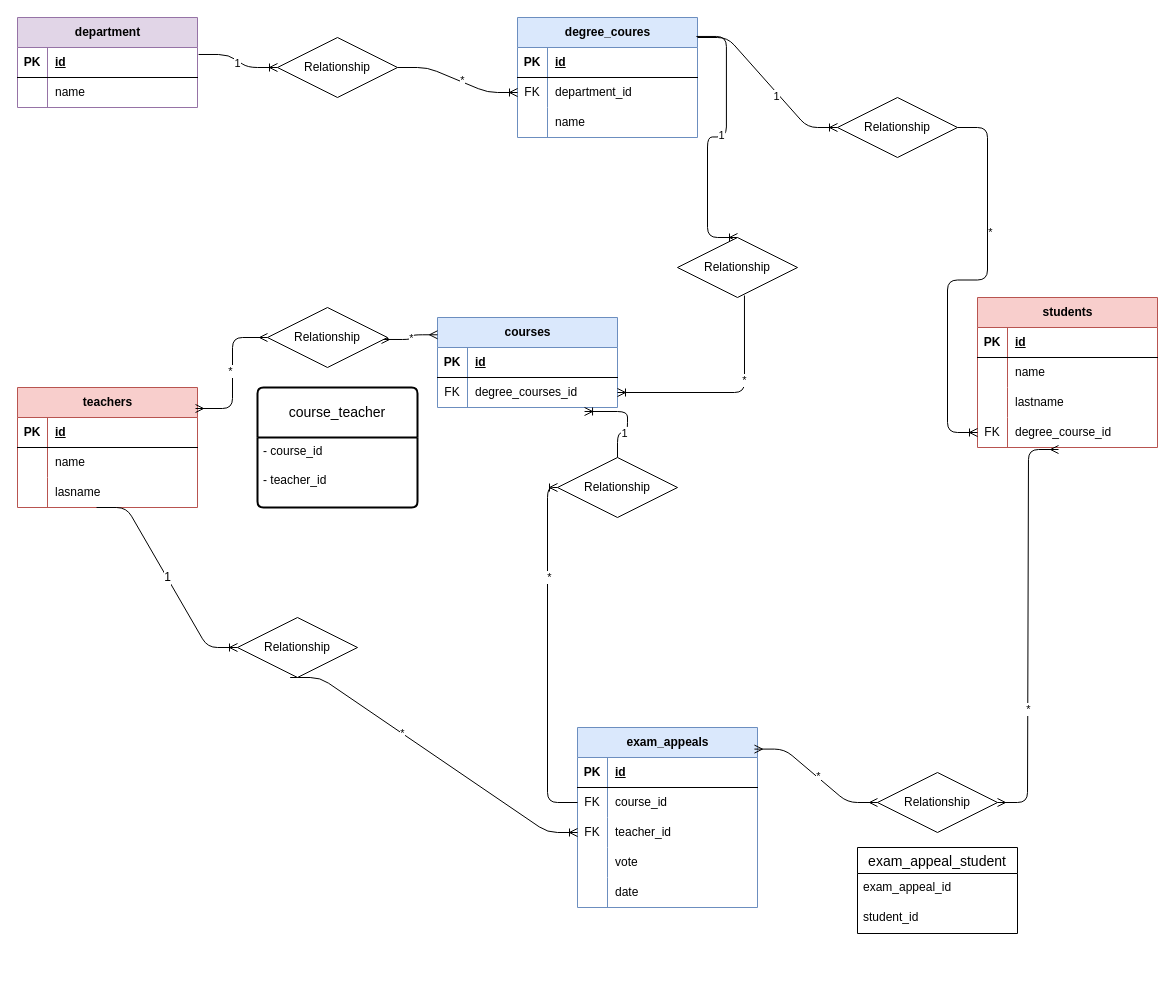
Above: univeristy.drawio in mattiacoli/db-university (draw.io), before the change. Source tidied: cells renumbered, new cells numbered last; positions are measured from the earlier drawing's top-left corner, leaving out a move shared by most shapes. Both pictures are drawn from the tidied source at 100%, with x=0, y=0 at pixel (17, -453).
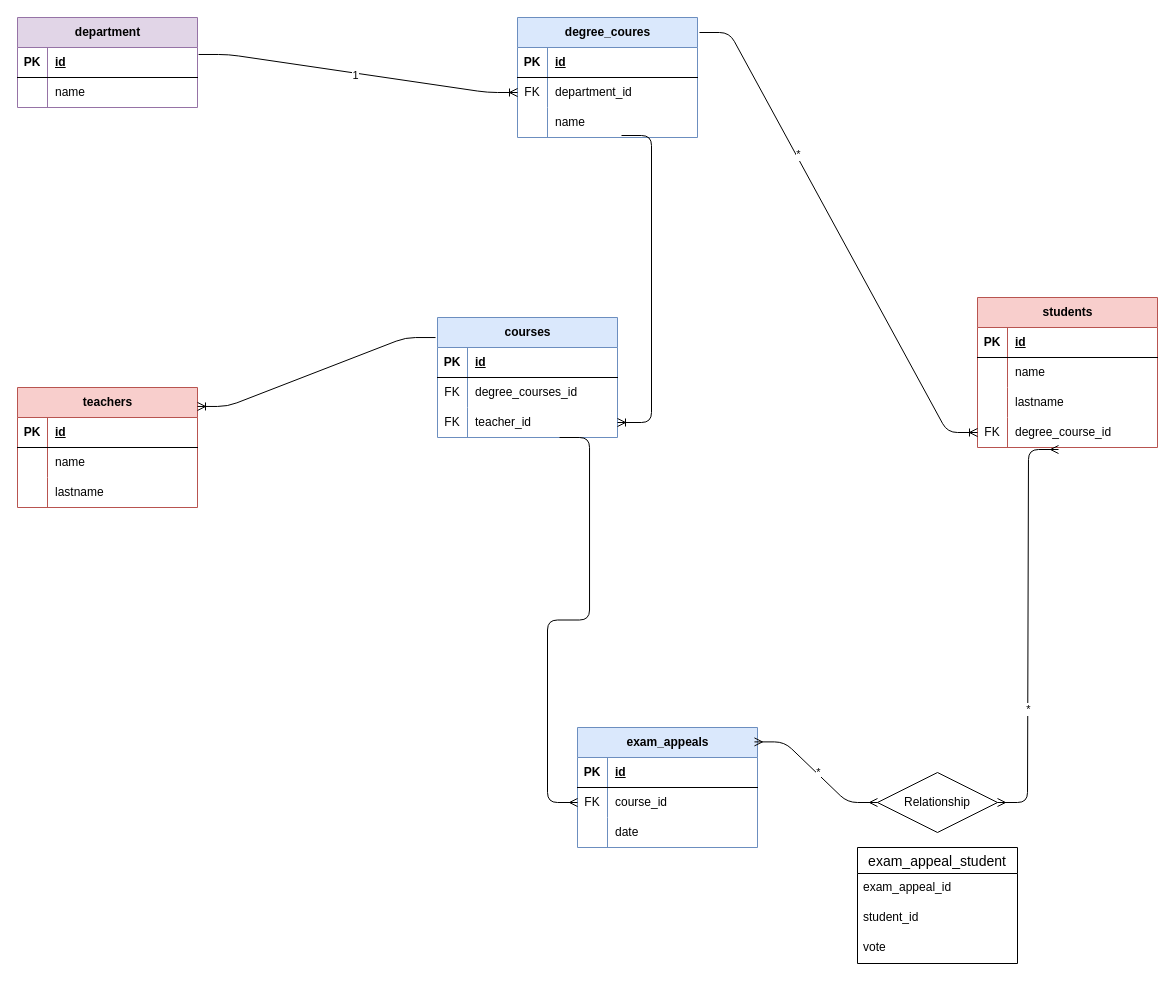
After the change.

Commit message (it also covers changes not shown here):
Fix database schema in university.md: remove vote column from exams and add it to exam appeals; update university.png

Unchanged cells that the change refers to:
```xml
<mxCell id="3" style="shape=tableRow;horizontal=0;startSize=0;swimlaneHead=0;swimlaneBody=0;fillColor=none;points=[[0,0.5],[1,0.5]];portConstraint=eastwest;top=0;left=0;right=0;bottom=1;" parent="2" vertex="1">
  <mxGeometry y="30" width="180" height="30" as="geometry" />
</mxCell>
<mxCell id="9" value="degree_coures" style="shape=table;startSize=30;childLayout=tableLayout;rowLines=0;fontStyle=1;align=center;html=1;fillColor=#dae8fc;strokeColor=#6c8ebf;" parent="1" vertex="1">
  <mxGeometry x="500" y="470" width="180" height="120" as="geometry" />
</mxCell>
<mxCell id="13" style="shape=tableRow;horizontal=0;startSize=0;swimlaneHead=0;swimlaneBody=0;fillColor=none;points=[[0,0.5],[1,0.5]];portConstraint=eastwest;top=0;left=0;right=0;bottom=0;" parent="9" vertex="1">
  <mxGeometry y="60" width="180" height="30" as="geometry" />
</mxCell>
<mxCell id="36" value="teachers" style="shape=table;startSize=30;childLayout=tableLayout;rowLines=0;fontStyle=1;align=center;html=1;fillColor=#f8cecc;strokeColor=#b85450;" parent="1" vertex="1">
  <mxGeometry y="840" width="180" height="120" as="geometry" />
</mxCell>
<mxCell id="43" style="shape=tableRow;horizontal=0;startSize=0;swimlaneHead=0;swimlaneBody=0;fillColor=none;points=[[0,0.5],[1,0.5]];portConstraint=eastwest;top=0;left=0;right=0;bottom=0;" parent="36" vertex="1">
  <mxGeometry y="90" width="180" height="30" as="geometry" />
</mxCell>
<mxCell id="57" style="shape=tableRow;horizontal=0;startSize=0;swimlaneHead=0;swimlaneBody=0;fillColor=none;points=[[0,0.5],[1,0.5]];portConstraint=eastwest;top=0;left=0;right=0;bottom=0;" parent="53" vertex="1">
  <mxGeometry y="60" width="180" height="30" as="geometry" />
</mxCell>
<mxCell id="84" style="shape=tableRow;horizontal=0;startSize=0;swimlaneHead=0;swimlaneBody=0;fillColor=none;points=[[0,0.5],[1,0.5]];portConstraint=eastwest;top=0;left=0;right=0;bottom=0;" parent="74" vertex="1">
  <mxGeometry y="120" width="180" height="30" as="geometry" />
</mxCell>
```

What changed in the source:
```diff
@@
-    <mxCell id="19" style="edgeStyle=entityRelationEdgeStyle;fontSize=12;html=1;endArrow=ERoneToMany;exitX=1;exitY=0.5;exitDx=0;exitDy=0;entryX=0;entryY=0.5;entryDx=0;entryDy=0;" parent="1" edge="1" source="23" target="13">
-      <mxGeometry relative="1" as="geometry" />
-    </mxCell>
-    <mxCell id="20" value="*" style="edgeLabel;html=1;align=center;verticalAlign=middle;" parent="19" vertex="1">
-      <mxGeometry x="0.06" y="2" relative="1" as="geometry" />
-    </mxCell>
-    <mxCell id="21" style="edgeStyle=entityRelationEdgeStyle;fontSize=12;html=1;endArrow=ERoneToMany;exitX=1.006;exitY=0.233;exitDx=0;exitDy=0;exitPerimeter=0;entryX=0;entryY=0.5;entryDx=0;entryDy=0;" parent="1" edge="1" source="3" target="23">
+    <mxCell id="21" style="edgeStyle=entityRelationEdgeStyle;fontSize=12;html=1;endArrow=ERoneToMany;exitX=1.006;exitY=0.233;exitDx=0;exitDy=0;exitPerimeter=0;entryX=0;entryY=0.5;entryDx=0;entryDy=0;" parent="1" edge="1" source="3" target="13">
       <mxGeometry relative="1" as="geometry">
         <Array as="points">
           <mxPoint x="90" />
         </Array>
       </mxGeometry>
     </mxCell>
@@
-    <mxCell id="23" value="Relationship" style="shape=rhombus;perimeter=rhombusPerimeter;whiteSpace=wrap;html=1;align=center;" parent="1" vertex="1">
-      <mxGeometry x="260" y="490" width="120" height="60" as="geometry" />
-    </mxCell>
     <mxCell id="24" value="courses" style="shape=table;startSize=30;childLayout=tableLayout;rowLines=0;fontStyle=1;align=center;html=1;fillColor=#dae8fc;strokeColor=#6c8ebf;" parent="1" vertex="1">
-      <mxGeometry x="420" y="770" width="180" height="90" as="geometry" />
+      <mxGeometry x="420" y="770" width="180" height="120" as="geometry" />
     </mxCell>
@@
+    <mxCell id="104" style="shape=tableRow;horizontal=0;startSize=0;swimlaneHead=0;swimlaneBody=0;fillColor=none;top=0;left=0;right=0;bottom=0;" parent="24" vertex="1">
+      <mxGeometry y="60" width="180" height="30" as="geometry" />
+    </mxCell>
+    <mxCell id="61" value="FK" style="shape=partialRectangle;fillColor=none;top=0;left=0;bottom=0;right=0;overflow=hidden;whiteSpace=wrap;html=1;" parent="104" vertex="1">
+      <mxGeometry width="30" height="30" as="geometry" />
+    </mxCell>
+    <mxCell id="105" value="degree_courses_id" style="shape=partialRectangle;fillColor=none;top=0;left=0;bottom=0;right=0;align=left;spacingLeft=6;overflow=hidden;whiteSpace=wrap;html=1;" parent="104" vertex="1">
+      <mxGeometry x="30" width="150" height="30" as="geometry" />
+    </mxCell>
     <mxCell id="28" style="shape=tableRow;horizontal=0;startSize=0;swimlaneHead=0;swimlaneBody=0;fillColor=none;points=[[0,0.5],[1,0.5]];portConstraint=eastwest;top=0;left=0;right=0;bottom=0;" parent="24" vertex="1">
-      <mxGeometry y="60" width="180" height="30" as="geometry" />
+      <mxGeometry y="90" width="180" height="30" as="geometry" />
     </mxCell>
@@
-    <mxCell id="30" value="degree_courses_id" style="shape=partialRectangle;fillColor=none;top=0;left=0;bottom=0;right=0;align=left;spacingLeft=6;overflow=hidden;whiteSpace=wrap;html=1;" parent="28" vertex="1">
+    <mxCell id="30" value="teacher_id" style="shape=partialRectangle;fillColor=none;top=0;left=0;bottom=0;right=0;align=left;spacingLeft=6;overflow=hidden;whiteSpace=wrap;html=1;" parent="28" vertex="1">
       <mxGeometry x="30" width="150" height="30" as="geometry" />
     </mxCell>
-    <mxCell id="31" style="edgeStyle=orthogonalEdgeStyle;fontSize=12;html=1;endArrow=ERoneToMany;entryX=1;entryY=0.5;entryDx=0;entryDy=0;exitX=0.558;exitY=0.967;exitDx=0;exitDy=0;exitPerimeter=0;" parent="1" edge="1" source="35" target="28">
-      <mxGeometry relative="1" as="geometry" />
-    </mxCell>
-    <mxCell id="32" value="*" style="edgeLabel;html=1;align=center;verticalAlign=middle;" parent="31" vertex="1">
-      <mxGeometry x="-0.25" relative="1" as="geometry" />
-    </mxCell>
-    <mxCell id="33" style="edgeStyle=entityRelationEdgeStyle;fontSize=12;html=1;endArrow=ERoneToMany;entryX=0.5;entryY=0;entryDx=0;entryDy=0;exitX=0.994;exitY=0.158;exitDx=0;exitDy=0;exitPerimeter=0;" parent="1" edge="1" source="9" target="35">
-      <mxGeometry relative="1" as="geometry" />
+    <mxCell id="33" style="edgeStyle=entityRelationEdgeStyle;fontSize=12;html=1;endArrow=ERoneToMany;entryX=1;entryY=0.5;entryDx=0;entryDy=0;" parent="1" edge="1" target="28">
+      <mxGeometry relative="1" as="geometry">
+        <mxPoint x="604" y="588" as="sourcePoint" />
+      </mxGeometry>
     </mxCell>
-    <mxCell id="34" value="1" style="edgeLabel;html=1;align=center;verticalAlign=middle;" parent="33" vertex="1">
-      <mxGeometry x="-0.03" y="-2" relative="1" as="geometry" />
-    </mxCell>
-    <mxCell id="35" value="Relationship" style="shape=rhombus;perimeter=rhombusPerimeter;whiteSpace=wrap;html=1;align=center;" parent="1" vertex="1">
-      <mxGeometry x="660" y="690" width="120" height="60" as="geometry" />
-    </mxCell>
@@
-    <mxCell id="45" value="lasname" style="shape=partialRectangle;fillColor=none;top=0;left=0;bottom=0;right=0;align=left;spacingLeft=6;overflow=hidden;whiteSpace=wrap;html=1;" parent="43" vertex="1">
+    <mxCell id="45" value="lastname" style="shape=partialRectangle;fillColor=none;top=0;left=0;bottom=0;right=0;align=left;spacingLeft=6;overflow=hidden;whiteSpace=wrap;html=1;" parent="43" vertex="1">
       <mxGeometry x="30" width="150" height="30" as="geometry" />
     </mxCell>
-    <mxCell id="46" style="fontSize=12;html=1;endArrow=ERmany;startArrow=ERmany;entryX=0;entryY=0.192;entryDx=0;entryDy=0;entryPerimeter=0;exitX=0.95;exitY=0.533;exitDx=0;exitDy=0;exitPerimeter=0;edgeStyle=orthogonalEdgeStyle;" parent="1" edge="1" source="50" target="24">
-      <mxGeometry relative="1" as="geometry" />
-    </mxCell>
-    <mxCell id="47" value="*" style="edgeLabel;html=1;align=center;verticalAlign=middle;" parent="46" vertex="1">
-      <mxGeometry x="0.08" y="2" relative="1" as="geometry" />
-    </mxCell>
-    <mxCell id="48" style="fontSize=12;html=1;endArrow=ERmany;startArrow=ERmany;entryX=0;entryY=0.5;entryDx=0;entryDy=0;exitX=0.989;exitY=0.175;exitDx=0;exitDy=0;exitPerimeter=0;edgeStyle=orthogonalEdgeStyle;" parent="1" edge="1" source="36" target="50">
-      <mxGeometry relative="1" as="geometry" />
-    </mxCell>
-    <mxCell id="49" value="*" style="edgeLabel;html=1;align=center;verticalAlign=middle;" parent="48" vertex="1">
-      <mxGeometry x="0.03" y="3" relative="1" as="geometry" />
-    </mxCell>
-    <mxCell id="50" value="Relationship" style="shape=rhombus;perimeter=rhombusPerimeter;whiteSpace=wrap;html=1;align=center;" parent="1" vertex="1">
-      <mxGeometry x="250" y="760" width="120" height="60" as="geometry" />
-    </mxCell>
-    <mxCell id="51" value="course_teacher" style="swimlane;horizontal=1;startSize=50;rounded=1;fontSize=14;fontStyle=0;strokeWidth=2;shadow=0;dashed=0;align=center;arcSize=4;whiteSpace=wrap;html=1;" parent="1" vertex="1">
-      <mxGeometry x="240" y="840" width="160" height="120" as="geometry" />
-    </mxCell>
-    <mxCell id="52" value="- course_id&lt;div&gt;&lt;br&gt;&lt;/div&gt;&lt;div&gt;- teacher_id&lt;/div&gt;" style="align=left;strokeColor=none;fillColor=none;spacingLeft=4;fontSize=12;verticalAlign=top;html=1;" parent="51" vertex="1">
-      <mxGeometry y="50" width="160" height="70" as="geometry" />
-    </mxCell>
     <mxCell id="53" value="exam_appeals" style="shape=table;startSize=30;childLayout=tableLayout;rowLines=0;fontStyle=1;align=center;html=1;fillColor=#dae8fc;strokeColor=#6c8ebf;" parent="1" vertex="1">
-      <mxGeometry x="560" y="1180" width="180" height="180" as="geometry" />
+      <mxGeometry x="560" y="1180" width="180" height="120" as="geometry" />
     </mxCell>
@@
-    <mxCell id="60" style="shape=tableRow;horizontal=0;startSize=0;swimlaneHead=0;swimlaneBody=0;fillColor=none;points=[[0,0.5],[1,0.5]];portConstraint=eastwest;top=0;left=0;right=0;bottom=0;" parent="53" vertex="1">
-      <mxGeometry y="90" width="180" height="30" as="geometry" />
-    </mxCell>
-    <mxCell id="61" value="FK" style="shape=partialRectangle;fillColor=none;top=0;left=0;bottom=0;right=0;overflow=hidden;whiteSpace=wrap;html=1;" parent="60" vertex="1">
-      <mxGeometry width="30" height="30" as="geometry" />
-    </mxCell>
-    <mxCell id="62" value="teacher_id" style="shape=partialRectangle;fillColor=none;top=0;left=0;bottom=0;right=0;align=left;spacingLeft=6;overflow=hidden;whiteSpace=wrap;html=1;" parent="60" vertex="1">
-      <mxGeometry x="30" width="150" height="30" as="geometry" />
-    </mxCell>
-    <mxCell id="63" style="shape=tableRow;horizontal=0;startSize=0;swimlaneHead=0;swimlaneBody=0;fillColor=none;top=0;left=0;right=0;bottom=0;" parent="53" vertex="1">
-      <mxGeometry y="120" width="180" height="30" as="geometry" />
-    </mxCell>
-    <mxCell id="64" style="shape=partialRectangle;fillColor=none;top=0;left=0;bottom=0;right=0;overflow=hidden;whiteSpace=wrap;html=1;" parent="63" vertex="1">
-      <mxGeometry width="30" height="30" as="geometry" />
-    </mxCell>
-    <mxCell id="65" value="vote" style="shape=partialRectangle;fillColor=none;top=0;left=0;bottom=0;right=0;align=left;spacingLeft=6;overflow=hidden;whiteSpace=wrap;html=1;" parent="63" vertex="1">
-      <mxGeometry x="30" width="150" height="30" as="geometry" />
-    </mxCell>
     <mxCell id="66" style="shape=tableRow;horizontal=0;startSize=0;swimlaneHead=0;swimlaneBody=0;fillColor=none;top=0;left=0;right=0;bottom=0;" parent="53" vertex="1">
-      <mxGeometry y="150" width="180" height="30" as="geometry" />
+      <mxGeometry y="90" width="180" height="30" as="geometry" />
     </mxCell>
@@
-    <mxCell id="69" style="edgeStyle=orthogonalEdgeStyle;fontSize=12;html=1;endArrow=ERoneToMany;entryX=0.817;entryY=1.133;entryDx=0;entryDy=0;entryPerimeter=0;exitX=0.5;exitY=0;exitDx=0;exitDy=0;" parent="1" edge="1" source="73" target="28">
-      <mxGeometry relative="1" as="geometry" />
-    </mxCell>
-    <mxCell id="70" value="1" style="edgeLabel;html=1;align=center;verticalAlign=middle;" parent="69" vertex="1">
-      <mxGeometry x="-0.37" relative="1" as="geometry" />
-    </mxCell>
-    <mxCell id="71" style="edgeStyle=orthogonalEdgeStyle;fontSize=12;html=1;endArrow=ERoneToMany;entryX=0;entryY=0.5;entryDx=0;entryDy=0;exitX=0;exitY=0.5;exitDx=0;exitDy=0;" parent="1" edge="1" source="57" target="73">
-      <mxGeometry relative="1" as="geometry" />
-    </mxCell>
-    <mxCell id="72" value="*" style="edgeLabel;html=1;align=center;verticalAlign=middle;" parent="71" vertex="1">
-      <mxGeometry x="0.44" y="-1" relative="1" as="geometry" />
-    </mxCell>
-    <mxCell id="73" value="Relationship" style="shape=rhombus;perimeter=rhombusPerimeter;whiteSpace=wrap;html=1;align=center;" parent="1" vertex="1">
-      <mxGeometry x="540" y="910" width="120" height="60" as="geometry" />
-    </mxCell>
@@
-    <mxCell id="87" style="edgeStyle=entityRelationEdgeStyle;fontSize=12;html=1;endArrow=ERoneToMany;entryX=0;entryY=0.5;entryDx=0;entryDy=0;" parent="1" edge="1" source="91" target="84">
+    <mxCell id="87" style="edgeStyle=entityRelationEdgeStyle;fontSize=12;html=1;endArrow=ERoneToMany;entryX=0;entryY=0.5;entryDx=0;entryDy=0;exitX=1.011;exitY=0.125;exitDx=0;exitDy=0;exitPerimeter=0;" parent="1" edge="1" source="9" target="84">
       <mxGeometry relative="1" as="geometry" />
     </mxCell>
@@
-    <mxCell id="89" style="edgeStyle=entityRelationEdgeStyle;fontSize=12;html=1;endArrow=ERoneToMany;entryX=0;entryY=0.5;entryDx=0;entryDy=0;" parent="1" edge="1" target="91">
-      <mxGeometry relative="1" as="geometry">
-        <mxPoint x="680" y="490" as="sourcePoint" />
-      </mxGeometry>
-    </mxCell>
-    <mxCell id="90" value="1" style="edgeLabel;html=1;align=center;verticalAlign=middle;" parent="89" vertex="1">
-      <mxGeometry x="0.17" y="-2" relative="1" as="geometry" />
-    </mxCell>
-    <mxCell id="91" value="Relationship" style="shape=rhombus;perimeter=rhombusPerimeter;whiteSpace=wrap;html=1;align=center;" parent="1" vertex="1">
-      <mxGeometry x="820" y="550" width="120" height="60" as="geometry" />
-    </mxCell>
-    <mxCell id="92" style="edgeStyle=entityRelationEdgeStyle;fontSize=12;html=1;endArrow=ERoneToMany;exitX=0.439;exitY=1;exitDx=0;exitDy=0;exitPerimeter=0;entryX=0;entryY=0.5;entryDx=0;entryDy=0;" parent="1" edge="1" source="95" target="60">
-      <mxGeometry relative="1" as="geometry">
-        <Array as="points">
-          <mxPoint x="80" y="1050" />
-          <mxPoint x="40" y="1150" />
-        </Array>
-      </mxGeometry>
-    </mxCell>
-    <mxCell id="93" value="*" style="edgeLabel;html=1;align=center;verticalAlign=middle;" parent="92" vertex="1">
-      <mxGeometry x="-0.23" relative="1" as="geometry" />
-    </mxCell>
-    <mxCell id="94" value="1" style="edgeStyle=entityRelationEdgeStyle;fontSize=12;html=1;endArrow=ERoneToMany;exitX=0.439;exitY=1;exitDx=0;exitDy=0;exitPerimeter=0;entryX=0;entryY=0.5;entryDx=0;entryDy=0;" parent="1" edge="1" source="43" target="95">
-      <mxGeometry relative="1" as="geometry">
-        <Array as="points">
-          <mxPoint x="100" y="870" />
-        </Array>
-      </mxGeometry>
-    </mxCell>
-    <mxCell id="95" value="Relationship" style="shape=rhombus;perimeter=rhombusPerimeter;whiteSpace=wrap;html=1;align=center;" parent="1" vertex="1">
-      <mxGeometry x="220" y="1070" width="120" height="60" as="geometry" />
-    </mxCell>
@@
     <mxCell id="101" value="exam_appeal_student" style="swimlane;fontStyle=0;horizontal=1;startSize=26;align=center;fontSize=14;" parent="1" vertex="1">
-      <mxGeometry x="840" y="1300" width="160" height="86" as="geometry" />
+      <mxGeometry x="840" y="1300" width="160" height="116" as="geometry" />
     </mxCell>
@@
+    <mxCell id="65" value="vote" style="text;strokeColor=none;fillColor=none;spacingLeft=4;spacingRight=4;overflow=hidden;fontSize=12;whiteSpace=wrap;html=1;" parent="101" vertex="1">
+      <mxGeometry y="86" width="160" height="30" as="geometry" />
+    </mxCell>
+    <mxCell id="106" style="edgeStyle=entityRelationEdgeStyle;fontSize=12;html=1;endArrow=ERmany;exitX=0.678;exitY=1;exitDx=0;exitDy=0;exitPerimeter=0;entryX=0;entryY=0.5;entryDx=0;entryDy=0;" parent="1" edge="1" source="28" target="57">
+      <mxGeometry relative="1" as="geometry">
+        <Array as="points">
+          <mxPoint x="600" y="890" />
+        </Array>
+      </mxGeometry>
+    </mxCell>
+    <mxCell id="107" style="edgeStyle=entityRelationEdgeStyle;fontSize=12;html=1;endArrow=ERoneToMany;exitX=-0.011;exitY=0.167;exitDx=0;exitDy=0;exitPerimeter=0;entryX=1;entryY=0.158;entryDx=0;entryDy=0;entryPerimeter=0;" parent="1" edge="1" source="24" target="36">
+      <mxGeometry relative="1" as="geometry" />
+    </mxCell>
```
